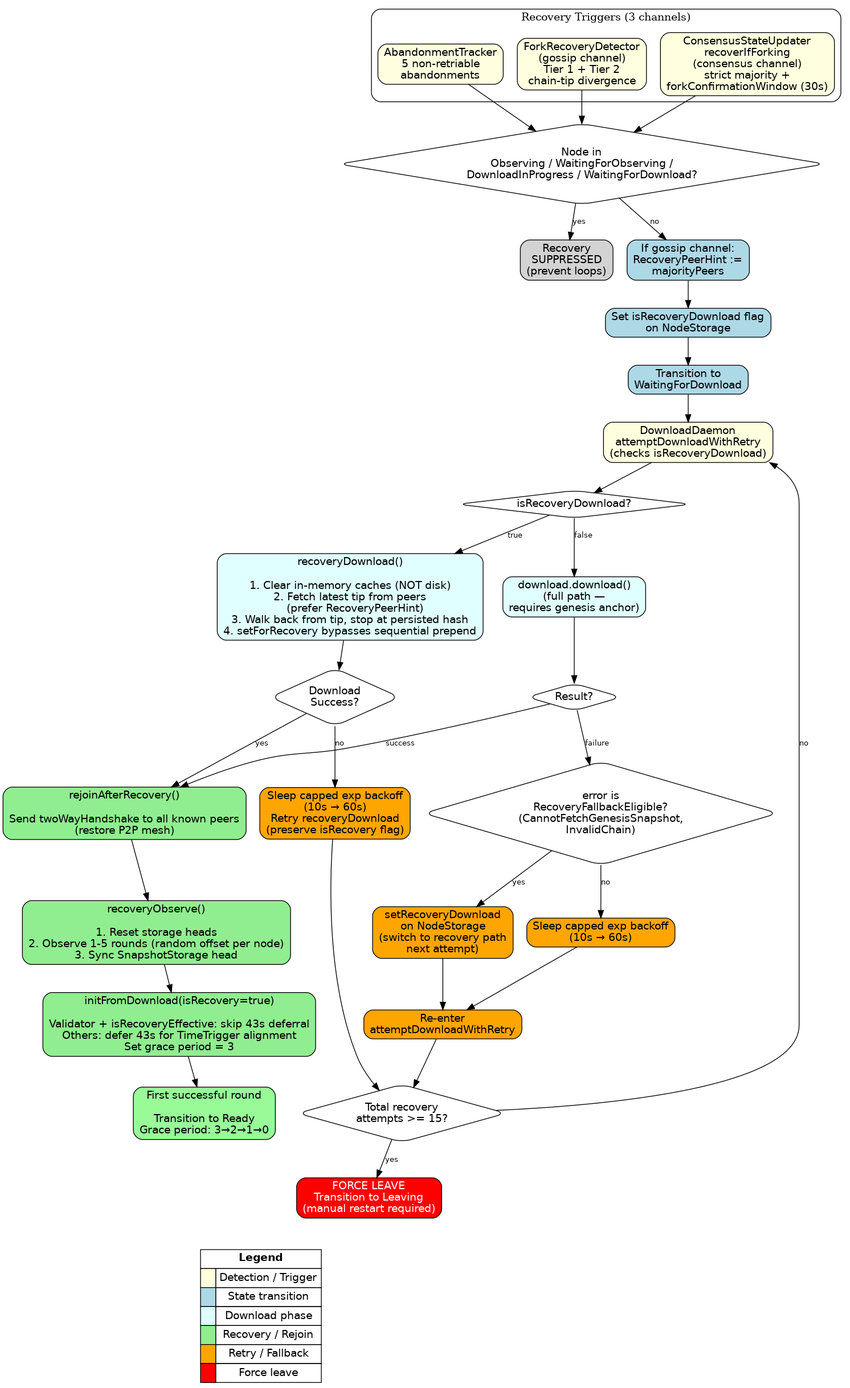
The Graphviz diagram docs/consensus/diagrams/recovery-decision-tree.png in Constellation-Labs/tessellation, before a commit. Its source is kept beside it as docs/consensus/diagrams/recovery-decision-tree.dot.
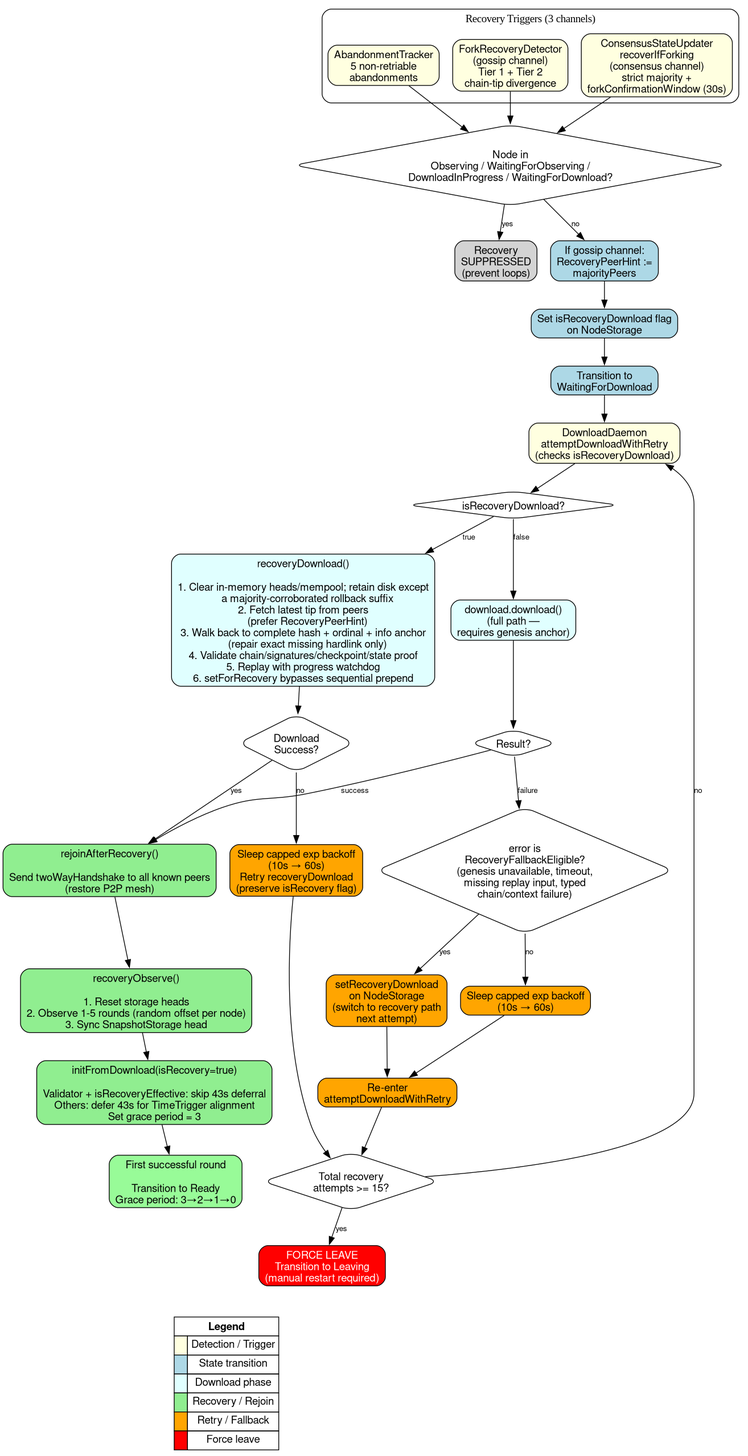
Above is the later version.

What changed in the source:
```diff
@@ -52,7 +52,7 @@
     FullResult -> Rejoin [label="success"];
     FullResult -> FallbackCheck [label="failure"];
 
-    FallbackCheck [shape=diamond, label="error is\nRecoveryFallbackEligible?\n(CannotFetchGenesisSnapshot,\nInvalidChain)"];
+    FallbackCheck [shape=diamond, label="error is\nRecoveryFallbackEligible?\n(genesis unavailable, timeout,\nmissing replay input, typed\nchain/context failure)"];
     FallbackCheck -> SetFallback [label="yes"];
     FallbackCheck -> RetryFull [label="no"];
 
@@ -64,7 +64,7 @@
     Backoff [label="Re-enter\nattemptDownloadWithRetry", style="rounded,filled", fillcolor="orange"];
     Backoff -> CheckTotalAttempts;
 
-    RecoveryDownload [label="recoveryDownload()\n\n1. Clear in-memory caches (NOT disk)\n2. Fetch latest tip from peers\n   (prefer RecoveryPeerHint)\n3. Walk back from tip, stop at persisted hash\n4. setForRecovery bypasses sequential prepend", style="rounded,filled", fillcolor="lightcyan"];
+    RecoveryDownload [label="recoveryDownload()\n\n1. Clear in-memory heads/mempool; retain disk except\n   a majority-corroborated rollback suffix\n2. Fetch latest tip from peers\n   (prefer RecoveryPeerHint)\n3. Walk back to complete hash + ordinal + info anchor\n   (repair exact missing hardlink only)\n4. Validate chain/signatures/checkpoint/state proof\n5. Replay with progress watchdog\n6. setForRecovery bypasses sequential prepend", style="rounded,filled", fillcolor="lightcyan"];
 
     RecoveryDownload -> DownloadResult;
 
```
